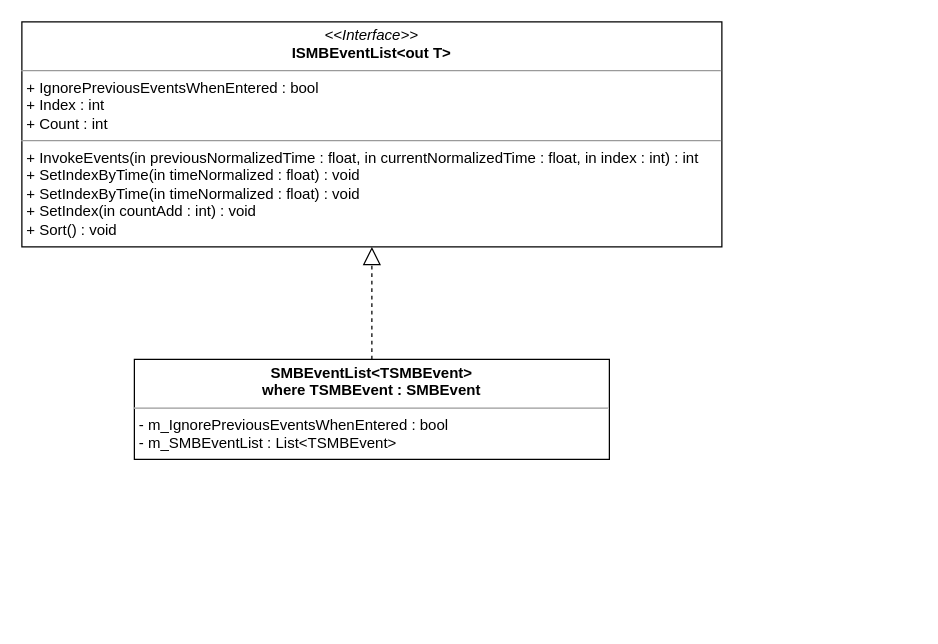
The draw.io diagram Silksong/Assets/Animator/SMBEvent/Untitled Diagram.drawio in as-demo-1/song_of_soul, before the edit. Source tidied: cells renumbered, new cells numbered last; positions are measured from the earlier drawing's top-left corner, leaving out a move shared by most shapes. Both pictures are drawn from the tidied source at 125%, with x=0, y=0 at pixel (21, 21).
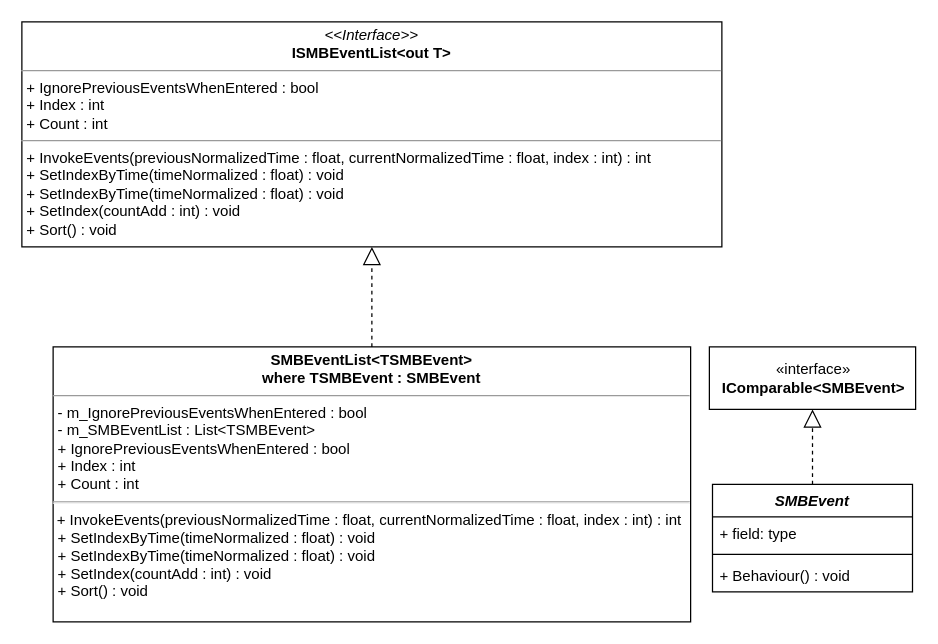
Above is the later version.

The edit, as a diff of the source:
```diff
@@
 <mxGraphModel>
   <root>
     <mxCell id="0" />
     <mxCell id="1" parent="0" />
-    <mxCell id="2" value="&lt;p style=&quot;margin: 0px ; margin-top: 4px ; text-align: center&quot;&gt;&lt;i&gt;&amp;lt;&amp;lt;Interface&amp;gt;&amp;gt;&lt;/i&gt;&lt;br&gt;&lt;b&gt;ISMBEventList&amp;lt;out T&amp;gt;&lt;/b&gt;&lt;br&gt;&lt;/p&gt;&lt;hr size=&quot;1&quot;&gt;&lt;p style=&quot;margin: 0px ; margin-left: 4px&quot;&gt;+ IgnorePreviousEventsWhenEntered : bool&lt;br&gt;+ Index : int&lt;/p&gt;&lt;p style=&quot;margin: 0px ; margin-left: 4px&quot;&gt;+ Count : int&lt;/p&gt;&lt;hr size=&quot;1&quot;&gt;&lt;p style=&quot;margin: 0px ; margin-left: 4px&quot;&gt;+ InvokeEvents(in previousNormalizedTime : float, in currentNormalizedTime : float, in index : int) : int&lt;br&gt;+ SetIndexByTime(in timeNormalized : float&lt;span&gt;) : void&lt;/span&gt;&lt;/p&gt;&lt;p style=&quot;margin: 0px ; margin-left: 4px&quot;&gt;&lt;span&gt;+&amp;nbsp;&lt;/span&gt;&lt;span&gt;SetIndexByTime(in timeNormalized : float) : void&lt;/span&gt;&lt;/p&gt;&lt;p style=&quot;margin: 0px ; margin-left: 4px&quot;&gt;&lt;span&gt;+ SetIndex(in countAdd : int) : void&lt;/span&gt;&lt;/p&gt;&lt;p style=&quot;margin: 0px 0px 0px 4px&quot;&gt;+ Sort() : void&lt;/p&gt;" style="verticalAlign=top;align=left;overflow=fill;fontSize=12;fontFamily=Helvetica;html=1;fillColor=default;gradientColor=none;direction=west;" parent="1" vertex="1">
+    <mxCell id="2" value="&lt;p style=&quot;margin: 0px ; margin-top: 4px ; text-align: center&quot;&gt;&lt;i&gt;&amp;lt;&amp;lt;Interface&amp;gt;&amp;gt;&lt;/i&gt;&lt;br&gt;&lt;b&gt;ISMBEventList&amp;lt;out T&amp;gt;&lt;/b&gt;&lt;br&gt;&lt;/p&gt;&lt;hr size=&quot;1&quot;&gt;&lt;p style=&quot;margin: 0px ; margin-left: 4px&quot;&gt;+ IgnorePreviousEventsWhenEntered : bool&lt;br&gt;+ Index : int&lt;/p&gt;&lt;p style=&quot;margin: 0px ; margin-left: 4px&quot;&gt;+ Count : int&lt;/p&gt;&lt;hr size=&quot;1&quot;&gt;&lt;p style=&quot;margin: 0px ; margin-left: 4px&quot;&gt;+ InvokeEvents(previousNormalizedTime : float, currentNormalizedTime : float, index : int) : int&lt;br&gt;+ SetIndexByTime(timeNormalized : float&lt;span&gt;) : void&lt;/span&gt;&lt;/p&gt;&lt;p style=&quot;margin: 0px ; margin-left: 4px&quot;&gt;&lt;span&gt;+&amp;nbsp;&lt;/span&gt;&lt;span&gt;SetIndexByTime(timeNormalized : float) : void&lt;/span&gt;&lt;/p&gt;&lt;p style=&quot;margin: 0px ; margin-left: 4px&quot;&gt;&lt;span&gt;+ SetIndex(countAdd : int) : void&lt;/span&gt;&lt;/p&gt;&lt;p style=&quot;margin: 0px 0px 0px 4px&quot;&gt;+ Sort() : void&lt;/p&gt;" style="verticalAlign=top;align=left;overflow=fill;fontSize=12;fontFamily=Helvetica;html=1;fillColor=default;gradientColor=none;direction=west;" parent="1" vertex="1">
       <mxGeometry width="560" height="180" as="geometry" />
     </mxCell>
-    <mxCell id="3" value="&lt;p style=&quot;margin: 0px ; margin-top: 4px ; text-align: center&quot;&gt;&lt;b&gt;SMBEventList&amp;lt;&lt;/b&gt;&lt;b&gt;TSMBEvent&amp;gt;&lt;/b&gt;&lt;/p&gt;&lt;div style=&quot;text-align: center&quot;&gt;&lt;span&gt;&lt;b&gt;where TSMBEvent : SMBEvent&lt;/b&gt;&lt;/span&gt;&lt;/div&gt;&lt;hr size=&quot;1&quot;&gt;&lt;p style=&quot;margin: 0px ; margin-left: 4px&quot;&gt;- m_IgnorePreviousEventsWhenEntered : bool&lt;/p&gt;&lt;p style=&quot;margin: 0px ; margin-left: 4px&quot;&gt;- m_SMBEventList : List&amp;lt;TSMBEvent&amp;gt;&lt;/p&gt;&lt;p style=&quot;margin: 0px ; margin-left: 4px&quot;&gt;&lt;br&gt;&lt;/p&gt;" style="verticalAlign=top;align=left;overflow=fill;fontSize=12;fontFamily=Helvetica;html=1;fillColor=default;gradientColor=none;" parent="1" vertex="1">
-      <mxGeometry x="90" y="270" width="380" height="80" as="geometry" />
+    <mxCell id="3" value="&lt;p style=&quot;margin: 0px ; margin-top: 4px ; text-align: center&quot;&gt;&lt;b&gt;SMBEventList&amp;lt;&lt;/b&gt;&lt;b&gt;TSMBEvent&amp;gt;&lt;/b&gt;&lt;/p&gt;&lt;div style=&quot;text-align: center&quot;&gt;&lt;span&gt;&lt;b&gt;where TSMBEvent : SMBEvent&lt;/b&gt;&lt;/span&gt;&lt;/div&gt;&lt;hr size=&quot;1&quot;&gt;&lt;p style=&quot;margin: 0px ; margin-left: 4px&quot;&gt;&lt;/p&gt;&lt;p style=&quot;margin: 0px 0px 0px 4px&quot;&gt;- m_IgnorePreviousEventsWhenEntered : bool&lt;/p&gt;&lt;p style=&quot;margin: 0px 0px 0px 4px&quot;&gt;- m_SMBEventList : List&amp;lt;TSMBEvent&amp;gt;&lt;/p&gt;&lt;p style=&quot;margin: 0px 0px 0px 4px&quot;&gt;+ IgnorePreviousEventsWhenEntered : bool&lt;br&gt;+ Index : int&lt;/p&gt;&lt;p style=&quot;margin: 0px 0px 0px 4px&quot;&gt;+ Count : int&lt;/p&gt;&lt;hr&gt;&lt;span&gt;&amp;nbsp;+ InvokeEvents(previousNormalizedTime : float, currentNormalizedTime : float, index : int) : int&lt;/span&gt;&lt;p style=&quot;margin: 0px 0px 0px 4px&quot;&gt;+ SetIndexByTime(timeNormalized : float) : void&lt;/p&gt;&lt;p style=&quot;margin: 0px 0px 0px 4px&quot;&gt;+&amp;nbsp;SetIndexByTime(timeNormalized : float) : void&lt;/p&gt;&lt;p style=&quot;margin: 0px 0px 0px 4px&quot;&gt;+ SetIndex(countAdd : int) : void&lt;/p&gt;&lt;p style=&quot;margin: 0px 0px 0px 4px&quot;&gt;+ Sort() : void&lt;/p&gt;" style="verticalAlign=top;align=left;overflow=fill;fontSize=12;fontFamily=Helvetica;html=1;fillColor=default;gradientColor=none;" parent="1" vertex="1">
+      <mxGeometry x="25" y="260" width="510" height="220" as="geometry" />
     </mxCell>
     <mxCell id="4" style="endArrow=block;dashed=1;endFill=0;endSize=12;html=1;rounded=0;entryX=0.5;entryY=0;entryDx=0;entryDy=0;exitX=0.5;exitY=0;exitDx=0;exitDy=0;" parent="1" edge="1" source="3" target="2">
       <mxGeometry relative="1" as="geometry" />
     </mxCell>
+    <mxCell id="5" value="SMBEvent&#10;" style="swimlane;fontStyle=3;align=center;verticalAlign=top;horizontal=1;startSize=26;fillColor=default;gradientColor=none;" parent="1" vertex="1">
+      <mxGeometry x="552.5" y="370" width="160" height="86" as="geometry" />
+    </mxCell>
+    <mxCell id="6" value="+ field: type" style="text;strokeColor=none;fillColor=none;align=left;verticalAlign=top;spacingLeft=4;spacingRight=4;overflow=hidden;" parent="5" vertex="1">
+      <mxGeometry y="26" width="160" height="26" as="geometry" />
+    </mxCell>
+    <mxCell id="7" style="line;strokeWidth=1;fillColor=none;align=left;verticalAlign=middle;spacingTop=-1;spacingLeft=3;spacingRight=3;labelPosition=right;" parent="5" vertex="1">
+      <mxGeometry y="52" width="160" height="8" as="geometry" />
+    </mxCell>
+    <mxCell id="8" value="+ Behaviour() : void" style="text;strokeColor=none;fillColor=none;align=left;verticalAlign=top;spacingLeft=4;spacingRight=4;overflow=hidden;" parent="5" vertex="1">
+      <mxGeometry y="60" width="160" height="26" as="geometry" />
+    </mxCell>
+    <mxCell id="9" value="«interface»&lt;br&gt;&lt;b&gt;IComparable&amp;lt;SMBEvent&amp;gt;&lt;/b&gt;" style="html=1;fillColor=default;gradientColor=none;" parent="1" vertex="1">
+      <mxGeometry x="550" y="260" width="165" height="50" as="geometry" />
+    </mxCell>
+    <mxCell id="10" style="endArrow=block;dashed=1;endFill=0;endSize=12;html=1;rounded=0;exitX=0.5;exitY=0;exitDx=0;exitDy=0;entryX=0.5;entryY=1;entryDx=0;entryDy=0;" parent="1" edge="1" source="5" target="9">
+      <mxGeometry relative="1" as="geometry" />
+    </mxCell>
   </root>
 </mxGraphModel>
```
